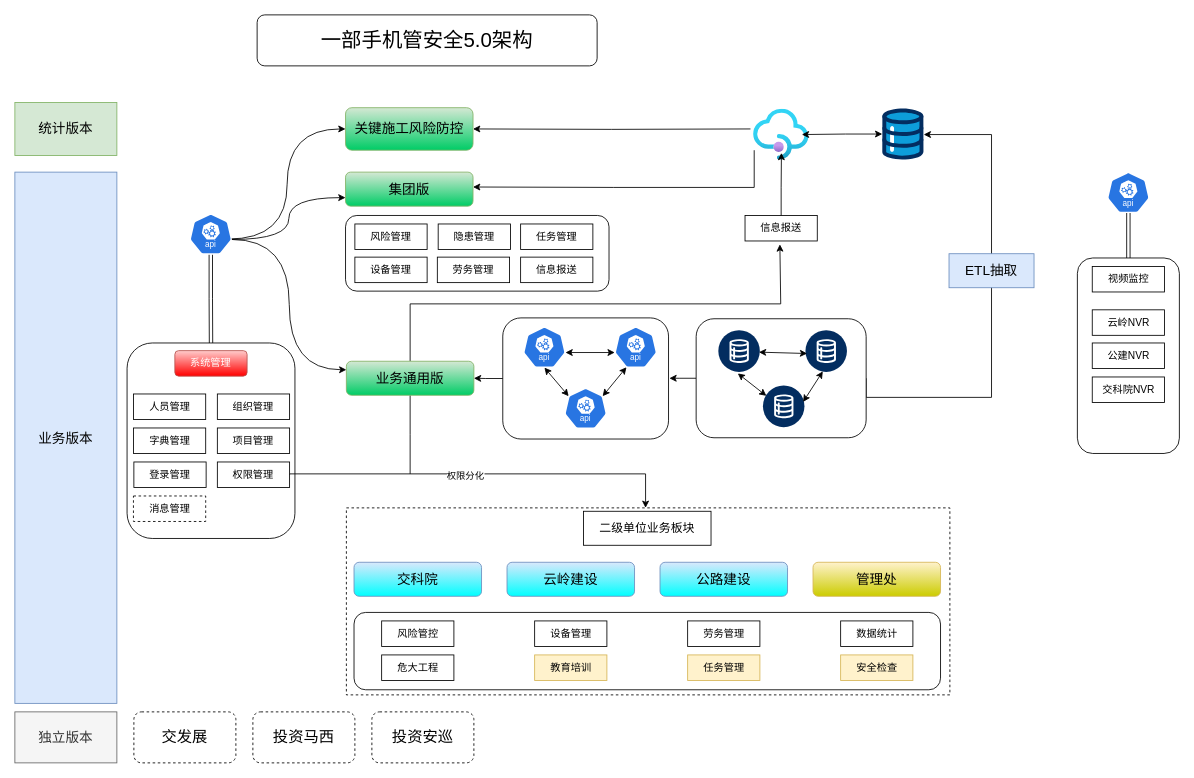
Before: 安全5.0架构.drawio in kerwin58/drawio, a draw.io diagram. Source tidied: cells renumbered, new cells numbered last; positions are measured from the earlier drawing's top-left corner, leaving out a move shared by most shapes. Both pictures are drawn from the tidied source at 85%, with x=0, y=0 at pixel (14, 14).
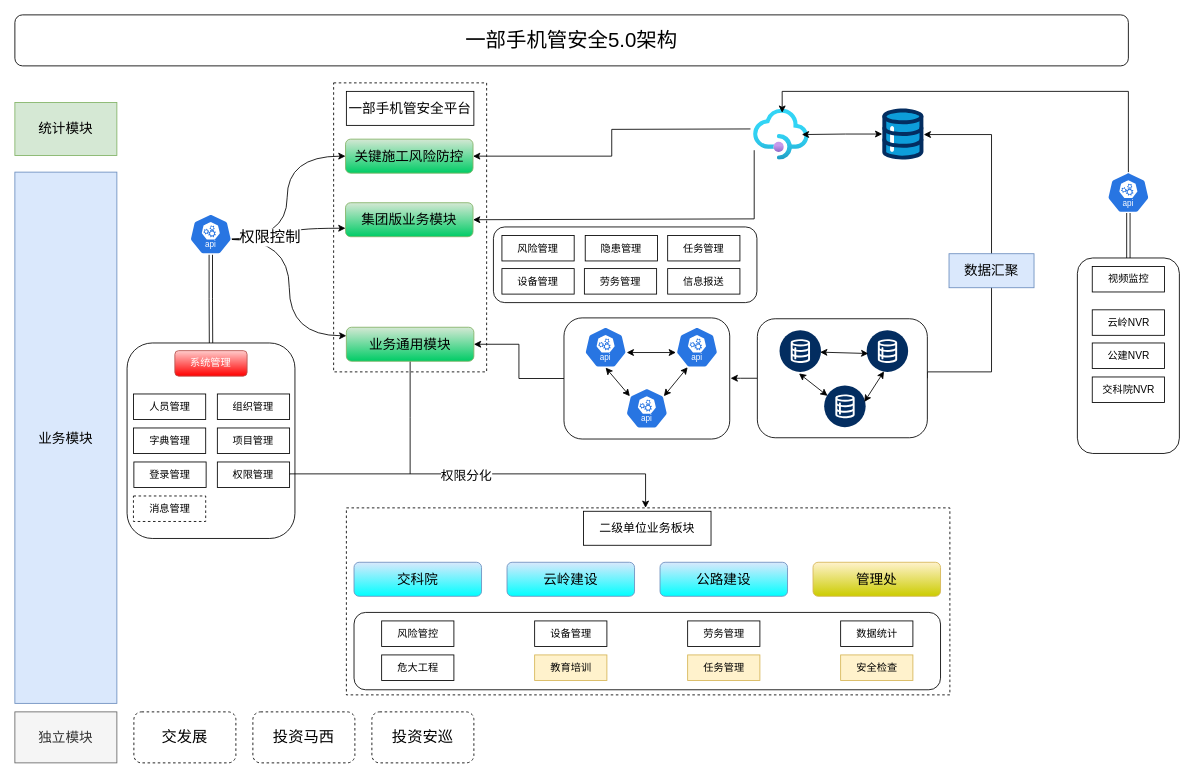
After the change.

Commit message (it also covers changes not shown here):
更新安全5.0架构.drawio

Unchanged cells that the change refers to:
```xml
<mxCell id="35" style="verticalLabelPosition=bottom;html=1;shape=mxgraph.salesforce.data;" parent="1" vertex="1">
  <mxGeometry x="1020.4" y="110.2" width="48.6" height="60" as="geometry" />
</mxCell>
<mxCell id="39" style="image;html=1;points=[];align=center;fontSize=12;image=img/lib/azure2/app_services/API_Management_Services.svg;" parent="1" vertex="1">
  <mxGeometry x="869" y="110.8" width="65" height="60" as="geometry" />
</mxCell>
<mxCell id="43" style="edgeStyle=orthogonalEdgeStyle;rounded=0;jettySize=auto;html=1;exitX=1;exitY=0.5;exitDx=0;exitDy=0;" parent="1" edge="1" source="45">
  <mxGeometry relative="1" as="geometry">
    <mxPoint x="742" y="580" as="targetPoint" />
    <Array as="points">
      <mxPoint x="323" y="540" />
      <mxPoint x="742" y="540" />
    </Array>
  </mxGeometry>
</mxCell>
<mxCell id="59" style="edgeStyle=orthogonalEdgeStyle;rounded=0;jettySize=auto;html=1;exitX=0.995;exitY=0.63;exitDx=0;exitDy=0;exitPerimeter=0;entryX=0;entryY=0.25;entryDx=0;entryDy=0;curved=1;" parent="1" edge="1" source="60" target="66">
  <mxGeometry relative="1" as="geometry" />
</mxCell>
<mxCell id="62" style="sketch=0;html=1;dashed=0;whitespace=wrap;verticalLabelPosition=bottom;verticalAlign=top;fillColor=#2875E2;strokeColor=#ffffff;points=[[0.005,0.63,0],[0.1,0.2,0],[0.9,0.2,0],[0.5,0,0],[0.995,0.63,0],[0.72,0.99,0],[0.5,1,0],[0.28,0.99,0]];shape=mxgraph.kubernetes.icon2;kubernetesLabel=1;prIcon=api;" parent="1" vertex="1">
  <mxGeometry x="1285" y="185" width="50" height="48" as="geometry" />
</mxCell>
<mxCell id="68" style="rounded=1;whiteSpace=wrap;html=1;" parent="67" vertex="1">
  <mxGeometry width="195" height="142.5" as="geometry" />
</mxCell>
<mxCell id="77" style="rounded=1;whiteSpace=wrap;html=1;" parent="75" vertex="1">
  <mxGeometry width="200" height="140" as="geometry" />
</mxCell>
```

Diff of the diagram source:
```diff
@@
+    <mxCell id="86" style="rounded=0;whiteSpace=wrap;html=1;dashed=1;" parent="1" vertex="1">
+      <mxGeometry x="375" y="80" width="180" height="340" as="geometry" />
+    </mxCell>
@@
     <mxCell id="4" style="edgeStyle=orthogonalEdgeStyle;rounded=0;jettySize=auto;html=1;entryX=1.006;entryY=0.51;entryDx=0;entryDy=0;entryPerimeter=0;exitX=1;exitY=0.5;exitDx=0;exitDy=0;" parent="1" edge="1" source="77" target="35">
       <mxGeometry relative="1" as="geometry">
         <Array as="points">
-          <mxPoint x="1149" y="450" />
+          <mxPoint x="1073" y="420" />
+          <mxPoint x="1149" y="420" />
           <mxPoint x="1149" y="141" />
         </Array>
       </mxGeometry>
     </mxCell>
     <mxCell id="5" value="&lt;font style=&quot;font-size: 24px;&quot;&gt;一部手机管安全5.0架构&lt;/font&gt;" style="rounded=1;whiteSpace=wrap;html=1;" parent="1" vertex="1">
-      <mxGeometry x="285" width="400" height="60" as="geometry" />
+      <mxGeometry width="1310" height="60" as="geometry" />
     </mxCell>
@@
-    <mxCell id="13" value="&lt;font style=&quot;font-size: 16px;&quot;&gt;集团版&lt;/font&gt;" style="rounded=1;whiteSpace=wrap;html=1;fillColor=#d5e8d4;strokeColor=#82b366;gradientColor=#00CC66;" parent="1" vertex="1">
-      <mxGeometry x="389" y="185" width="150" height="40" as="geometry" />
+    <mxCell id="13" value="&lt;font style=&quot;font-size: 16px;&quot;&gt;集团版业务模块&lt;/font&gt;" style="rounded=1;whiteSpace=wrap;html=1;fillColor=#d5e8d4;strokeColor=#82b366;gradientColor=#00CC66;" parent="1" vertex="1">
+      <mxGeometry x="389" y="221" width="150" height="40" as="geometry" />
     </mxCell>
     <mxCell id="14" value="&lt;font style=&quot;font-size: 16px;&quot;&gt;关键施工风险防控&lt;/font&gt;" style="rounded=1;whiteSpace=wrap;html=1;fillColor=#d5e8d4;strokeColor=#82b366;gradientColor=#00CC66;" parent="1" vertex="1">
-      <mxGeometry x="389" y="109.2" width="150" height="50" as="geometry" />
+      <mxGeometry x="389" y="146.2" width="150" height="40" as="geometry" />
     </mxCell>
-    <mxCell id="15" value="&lt;font style=&quot;font-size: 16px;&quot;&gt;独立版本&lt;/font&gt;" style="rounded=0;whiteSpace=wrap;html=1;fillColor=#f5f5f5;fontColor=#333333;strokeColor=#666666;" parent="1" vertex="1">
+    <mxCell id="15" value="&lt;font style=&quot;font-size: 16px;&quot;&gt;独立模块&lt;/font&gt;" style="rounded=0;whiteSpace=wrap;html=1;fillColor=#f5f5f5;fontColor=#333333;strokeColor=#666666;" parent="1" vertex="1">
       <mxGeometry y="820" width="120" height="60" as="geometry" />
     </mxCell>
-    <mxCell id="16" value="&lt;font style=&quot;font-size: 16px;&quot;&gt;业务版本&lt;/font&gt;" style="rounded=0;whiteSpace=wrap;html=1;fillColor=#dae8fc;strokeColor=#6c8ebf;" parent="1" vertex="1">
+    <mxCell id="16" value="&lt;font style=&quot;font-size: 16px;&quot;&gt;业务模块&lt;/font&gt;" style="rounded=0;whiteSpace=wrap;html=1;fillColor=#dae8fc;strokeColor=#6c8ebf;" parent="1" vertex="1">
       <mxGeometry y="185" width="120" height="625" as="geometry" />
     </mxCell>
-    <mxCell id="17" value="&lt;font style=&quot;font-size: 16px;&quot;&gt;统计版本&lt;/font&gt;" style="rounded=0;whiteSpace=wrap;html=1;fillColor=#d5e8d4;strokeColor=#82b366;" parent="1" vertex="1">
+    <mxCell id="17" value="&lt;font style=&quot;font-size: 16px;&quot;&gt;统计模块&lt;/font&gt;" style="rounded=0;whiteSpace=wrap;html=1;fillColor=#d5e8d4;strokeColor=#82b366;" parent="1" vertex="1">
       <mxGeometry y="103" width="120" height="62.5" as="geometry" />
     </mxCell>
@@
     <mxCell id="28" style="rounded=1;whiteSpace=wrap;html=1;" parent="1" vertex="1">
-      <mxGeometry x="389" y="236" width="310" height="89" as="geometry" />
+      <mxGeometry x="563" y="249.5" width="310" height="89" as="geometry" />
     </mxCell>
     <mxCell id="29" value="风险管理" style="rounded=0;whiteSpace=wrap;html=1;" parent="1" vertex="1">
-      <mxGeometry x="400" y="246" width="85" height="30" as="geometry" />
+      <mxGeometry x="573" y="259.5" width="85" height="30" as="geometry" />
     </mxCell>
     <mxCell id="30" value="隐患管理" style="rounded=0;whiteSpace=wrap;html=1;" parent="1" vertex="1">
-      <mxGeometry x="498" y="246" width="85" height="30" as="geometry" />
+      <mxGeometry x="671" y="259.5" width="85" height="30" as="geometry" />
     </mxCell>
     <mxCell id="31" value="任务管理" style="rounded=0;whiteSpace=wrap;html=1;" parent="1" vertex="1">
-      <mxGeometry x="595" y="246" width="85" height="30" as="geometry" />
+      <mxGeometry x="768" y="259.5" width="85" height="30" as="geometry" />
     </mxCell>
     <mxCell id="32" value="劳务管理" style="rounded=0;whiteSpace=wrap;html=1;" parent="1" vertex="1">
-      <mxGeometry x="497" y="285" width="85" height="30" as="geometry" />
+      <mxGeometry x="670" y="298.5" width="85" height="30" as="geometry" />
     </mxCell>
     <mxCell id="33" value="设备管理" style="rounded=0;whiteSpace=wrap;html=1;" parent="1" vertex="1">
-      <mxGeometry x="400" y="285" width="85" height="30" as="geometry" />
+      <mxGeometry x="573" y="298.5" width="85" height="30" as="geometry" />
     </mxCell>
     <mxCell id="34" value="信息报送" style="rounded=0;whiteSpace=wrap;html=1;" parent="1" vertex="1">
-      <mxGeometry x="595" y="285" width="85" height="30" as="geometry" />
+      <mxGeometry x="768" y="298.5" width="85" height="30" as="geometry" />
     </mxCell>
@@
-    <mxCell id="36" value="&lt;font style=&quot;font-size: 16px;&quot;&gt;ETL抽取&lt;/font&gt;" style="rounded=0;whiteSpace=wrap;html=1;fillColor=#dae8fc;strokeColor=#6c8ebf;" parent="1" vertex="1">
+    <mxCell id="36" value="&lt;font style=&quot;font-size: 16px;&quot;&gt;数据汇聚&lt;/font&gt;" style="rounded=0;whiteSpace=wrap;html=1;fillColor=#dae8fc;strokeColor=#6c8ebf;" parent="1" vertex="1">
       <mxGeometry x="1099" y="281" width="100" height="40" as="geometry" />
     </mxCell>
@@
-    <mxCell id="38" style="edgeStyle=orthogonalEdgeStyle;rounded=0;jettySize=auto;html=1;entryX=1;entryY=0.25;entryDx=0;entryDy=0;exitX=0.012;exitY=0.807;exitDx=0;exitDy=0;exitPerimeter=0;" parent="1" edge="1" source="39">
+    <mxCell id="38" style="edgeStyle=orthogonalEdgeStyle;rounded=0;jettySize=auto;html=1;entryX=1;entryY=0.5;entryDx=0;entryDy=0;exitX=0.012;exitY=0.807;exitDx=0;exitDy=0;exitPerimeter=0;" parent="1" edge="1" source="39" target="13">
       <mxGeometry relative="1" as="geometry">
-        <mxPoint x="539" y="202.5" as="targetPoint" />
         <Array as="points">
-          <mxPoint x="870" y="203" />
-          <mxPoint x="704" y="203" />
+          <mxPoint x="870" y="240" />
+          <mxPoint x="539" y="240" />
         </Array>
       </mxGeometry>
     </mxCell>
@@
-    <mxCell id="44" value="权限分化" style="edgeLabel;html=1;align=center;verticalAlign=middle;" parent="43" vertex="1">
+    <mxCell id="44" value="权限分化" style="edgeLabel;html=1;align=center;verticalAlign=middle;fontSize=15;" parent="43" vertex="1">
       <mxGeometry x="0.08" y="-2" relative="1" as="geometry">
-        <mxPoint x="-41" y="-1" as="offset" />
+        <mxPoint x="-40" y="-1" as="offset" />
       </mxGeometry>
     </mxCell>
@@
-    <mxCell id="51" value="信息报送" style="rounded=0;whiteSpace=wrap;html=1;" parent="1" vertex="1">
-      <mxGeometry x="859" y="236" width="85" height="30" as="geometry" />
-    </mxCell>
-    <mxCell id="52" style="edgeStyle=orthogonalEdgeStyle;rounded=0;jettySize=auto;html=1;exitX=0.5;exitY=0;exitDx=0;exitDy=0;entryX=0.505;entryY=0.86;entryDx=0;entryDy=0;entryPerimeter=0;" parent="1" edge="1" source="51" target="39">
-      <mxGeometry relative="1" as="geometry" />
-    </mxCell>
@@
+    <mxCell id="87" value="权限控制" style="edgeLabel;html=1;align=center;verticalAlign=middle;fontSize=18;" parent="59" vertex="1">
+      <mxGeometry x="-0.91" y="3" relative="1" as="geometry">
+        <mxPoint x="33" as="offset" />
+      </mxGeometry>
+    </mxCell>
@@
-    <mxCell id="65" style="edgeStyle=orthogonalEdgeStyle;rounded=0;jettySize=auto;html=1;" parent="1" edge="1" source="66">
-      <mxGeometry relative="1" as="geometry">
-        <mxPoint x="900" y="270" as="targetPoint" />
-        <Array as="points">
-          <mxPoint x="465" y="340" />
-          <mxPoint x="901" y="340" />
-        </Array>
-      </mxGeometry>
-    </mxCell>
-    <mxCell id="66" value="&lt;span style=&quot;font-size: 16px;&quot;&gt;业务通用版&lt;/span&gt;" style="rounded=1;whiteSpace=wrap;html=1;fillColor=#d5e8d4;strokeColor=#82b366;gradientColor=#00CC66;" parent="1" vertex="1">
-      <mxGeometry x="390" y="407.5" width="150" height="40" as="geometry" />
+    <mxCell id="66" value="&lt;span style=&quot;font-size: 16px;&quot;&gt;业务通用模块&lt;/span&gt;" style="rounded=1;whiteSpace=wrap;html=1;fillColor=#d5e8d4;strokeColor=#82b366;gradientColor=#00CC66;" parent="1" vertex="1">
+      <mxGeometry x="390" y="367.5" width="150" height="40" as="geometry" />
     </mxCell>
     <mxCell id="67" style="group;" parent="1" vertex="1">
-      <mxGeometry x="574" y="356.5" width="195" height="142.5" as="geometry" />
+      <mxGeometry x="646" y="356.5" width="195" height="142.5" as="geometry" />
     </mxCell>
@@
     <mxCell id="75" style="group;" parent="1" vertex="1">
-      <mxGeometry x="801.5" y="357.5" width="200" height="140" as="geometry" />
+      <mxGeometry x="873.5" y="357.5" width="200" height="140" as="geometry" />
     </mxCell>
@@
-    <mxCell id="85" style="edgeStyle=orthogonalEdgeStyle;rounded=0;jettySize=auto;html=1;" parent="1" edge="1" source="68" target="66">
+    <mxCell id="85" style="edgeStyle=orthogonalEdgeStyle;rounded=0;jettySize=auto;html=1;entryX=1;entryY=0.5;entryDx=0;entryDy=0;" parent="1" edge="1" source="68" target="66">
       <mxGeometry relative="1" as="geometry" />
     </mxCell>
+    <mxCell id="88" style="edgeStyle=orthogonalEdgeStyle;rounded=0;jettySize=auto;html=1;exitX=0.5;exitY=0;exitDx=0;exitDy=0;exitPerimeter=0;entryX=0.519;entryY=0.073;entryDx=0;entryDy=0;entryPerimeter=0;" parent="1" edge="1" source="62" target="39">
+      <mxGeometry relative="1" as="geometry">
+        <Array as="points">
+          <mxPoint x="1310" y="90" />
+          <mxPoint x="903" y="90" />
+        </Array>
+      </mxGeometry>
+    </mxCell>
+    <mxCell id="89" value="&lt;font style=&quot;font-size: 16px;&quot;&gt;一部手机管安全平台&lt;/font&gt;" style="rounded=0;whiteSpace=wrap;html=1;" parent="1" vertex="1">
+      <mxGeometry x="390" y="90" width="150" height="40" as="geometry" />
+    </mxCell>
```
